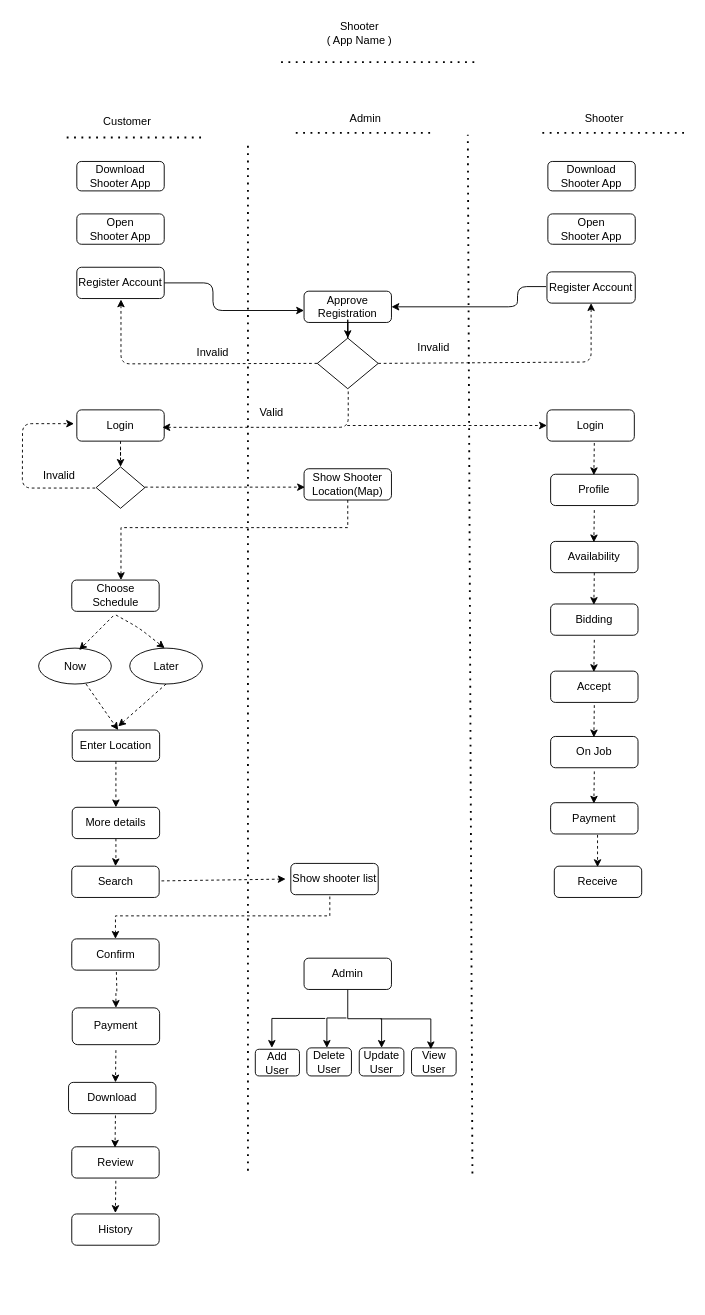
Above: Shooter.drawio in showkat2203/ShopOffer (draw.io), before the change. Source tidied: cells renumbered, new cells numbered last; positions are measured from the earlier drawing's top-left corner, leaving out a move shared by most shapes. Both pictures are drawn from the tidied source at 92%, with x=0, y=0 at pixel (22, 16).
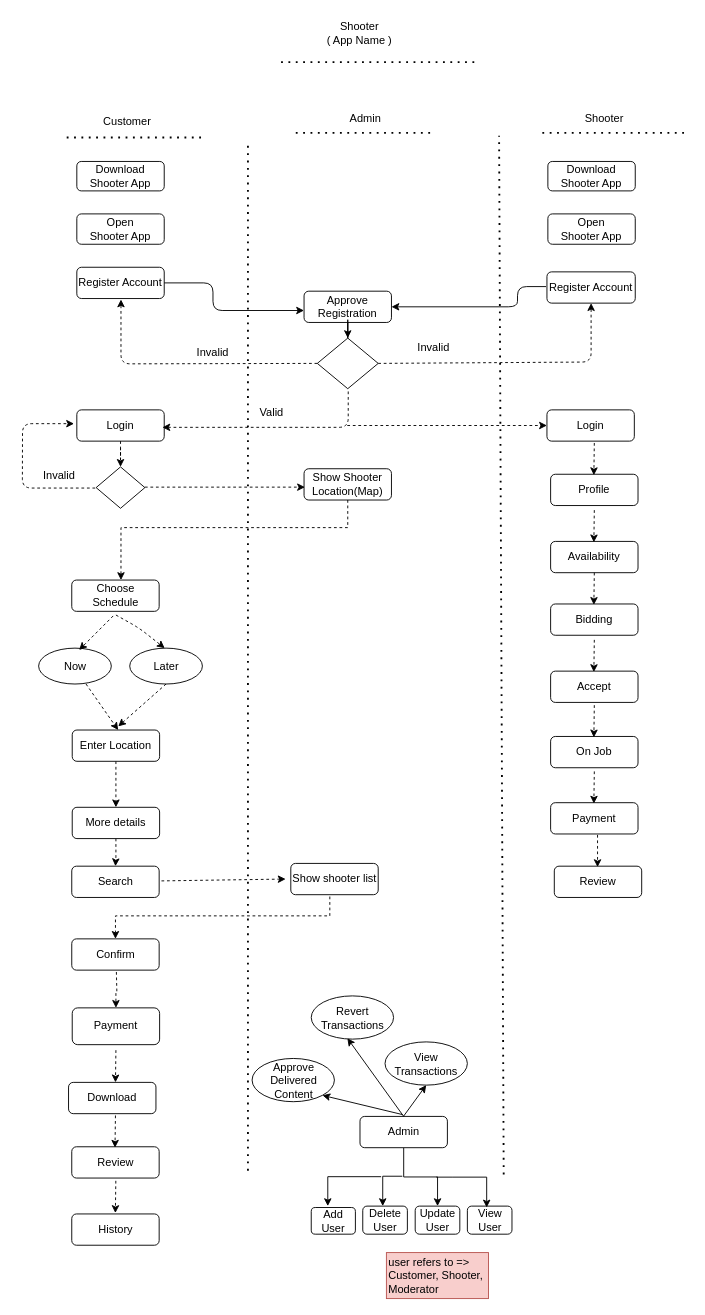
After the change.

What changed in the source:
```diff
@@
     <mxCell id="3" style="endArrow=none;dashed=1;html=1;dashPattern=1 3;strokeWidth=2;align=center;" parent="1" edge="1">
       <mxGeometry relative="1" as="geometry">
-        <mxPoint x="489" y="1258" as="sourcePoint" />
-        <mxPoint x="484" y="129" as="targetPoint" />
+        <mxPoint x="523" y="1259" as="sourcePoint" />
+        <mxPoint x="518" y="130" as="targetPoint" />
       </mxGeometry>
     </mxCell>
@@
-    <mxCell id="75" value="Receive" style="rounded=1;whiteSpace=wrap;html=1;labelBackgroundColor=none;align=center;" parent="1" vertex="1">
+    <mxCell id="75" value="Review" style="rounded=1;whiteSpace=wrap;html=1;labelBackgroundColor=none;align=center;" parent="1" vertex="1">
       <mxGeometry x="578" y="924" width="95" height="34" as="geometry" />
     </mxCell>
@@
     <mxCell id="78" value="Admin" style="rounded=1;whiteSpace=wrap;html=1;labelBackgroundColor=none;align=center;" parent="1" vertex="1">
-      <mxGeometry x="306" y="1024" width="95" height="34" as="geometry" />
+      <mxGeometry x="366.8" y="1196" width="95" height="34" as="geometry" />
     </mxCell>
     <mxCell id="79" value="Add&lt;br&gt;User" style="rounded=1;whiteSpace=wrap;html=1;labelBackgroundColor=none;align=center;" parent="1" vertex="1">
-      <mxGeometry x="253" y="1123" width="48" height="29" as="geometry" />
+      <mxGeometry x="313.8" y="1295" width="48" height="29" as="geometry" />
     </mxCell>
     <mxCell id="80" value="Delete User" style="rounded=1;whiteSpace=wrap;html=1;labelBackgroundColor=none;align=center;" parent="1" vertex="1">
-      <mxGeometry x="309" y="1121.5" width="48.5" height="30.5" as="geometry" />
+      <mxGeometry x="369.8" y="1293.5" width="48.5" height="30.5" as="geometry" />
     </mxCell>
     <mxCell id="81" value="Update User" style="rounded=1;whiteSpace=wrap;html=1;labelBackgroundColor=none;align=center;" parent="1" vertex="1">
-      <mxGeometry x="366" y="1121.5" width="48.5" height="30.5" as="geometry" />
+      <mxGeometry x="426.8" y="1293.5" width="48.5" height="30.5" as="geometry" />
     </mxCell>
     <mxCell id="82" value="View User" style="rounded=1;whiteSpace=wrap;html=1;labelBackgroundColor=none;align=center;" parent="1" vertex="1">
-      <mxGeometry x="422.8" y="1121.5" width="48.5" height="30.5" as="geometry" />
+      <mxGeometry x="483.5" y="1293.5" width="48.5" height="30.5" as="geometry" />
     </mxCell>
     <mxCell id="83" style="edgeStyle=orthogonalEdgeStyle;rounded=0;orthogonalLoop=1;jettySize=auto;html=1;" parent="1" edge="1">
       <mxGeometry relative="1" as="geometry">
-        <mxPoint x="389" y="1090" as="sourcePoint" />
-        <mxPoint x="443.8" y="1123" as="targetPoint" />
+        <mxPoint x="449.8" y="1262" as="sourcePoint" />
+        <mxPoint x="504.5" y="1295" as="targetPoint" />
         <Array as="points">
-          <mxPoint x="407" y="1090" />
-          <mxPoint x="444" y="1090" />
+          <mxPoint x="467.8" y="1262" />
+          <mxPoint x="504.8" y="1262" />
         </Array>
       </mxGeometry>
     </mxCell>
     <mxCell id="84" style="edgeStyle=orthogonalEdgeStyle;rounded=0;orthogonalLoop=1;jettySize=auto;html=1;" parent="1" edge="1">
       <mxGeometry relative="1" as="geometry">
-        <mxPoint x="352" y="1089" as="sourcePoint" />
-        <mxPoint x="330.8" y="1121.5" as="targetPoint" />
+        <mxPoint x="412.8" y="1261" as="sourcePoint" />
+        <mxPoint x="391.5" y="1293.5" as="targetPoint" />
         <Array as="points">
-          <mxPoint x="331" y="1089" />
+          <mxPoint x="391.8" y="1261" />
         </Array>
       </mxGeometry>
     </mxCell>
     <mxCell id="85" style="edgeStyle=orthogonalEdgeStyle;rounded=0;orthogonalLoop=1;jettySize=auto;html=1;" parent="1" edge="1">
       <mxGeometry relative="1" as="geometry">
-        <mxPoint x="329" y="1089.5" as="sourcePoint" />
-        <mxPoint x="271" y="1121.5" as="targetPoint" />
+        <mxPoint x="389.8" y="1261.5" as="sourcePoint" />
+        <mxPoint x="331.8" y="1293.5" as="targetPoint" />
         <Array as="points">
-          <mxPoint x="271" y="1089.5" />
+          <mxPoint x="331.8" y="1261.5" />
         </Array>
       </mxGeometry>
     </mxCell>
+    <mxCell id="86" value="Approve Delivered Content" style="ellipse;whiteSpace=wrap;html=1;" parent="1" vertex="1">
+      <mxGeometry x="249.5" y="1133" width="89.5" height="47" as="geometry" />
+    </mxCell>
+    <mxCell id="87" value="View Transactions" style="ellipse;whiteSpace=wrap;html=1;" parent="1" vertex="1">
+      <mxGeometry x="394" y="1115" width="89.5" height="47" as="geometry" />
+    </mxCell>
+    <mxCell id="88" style="endArrow=classic;html=1;entryX=1;entryY=1;entryDx=0;entryDy=0;" parent="1" edge="1" target="86">
+      <mxGeometry relative="1" as="geometry">
+        <mxPoint x="413" y="1194" as="sourcePoint" />
+      </mxGeometry>
+    </mxCell>
+    <mxCell id="89" style="endArrow=classic;html=1;entryX=0.5;entryY=1;entryDx=0;entryDy=0;" parent="1" edge="1" target="87">
+      <mxGeometry relative="1" as="geometry">
+        <mxPoint x="414" y="1196" as="sourcePoint" />
+      </mxGeometry>
+    </mxCell>
+    <mxCell id="90" value="Revert&lt;br&gt;Transactions" style="ellipse;whiteSpace=wrap;html=1;" parent="1" vertex="1">
+      <mxGeometry x="313.8" y="1065" width="89.5" height="47" as="geometry" />
+    </mxCell>
+    <mxCell id="91" style="endArrow=classic;html=1;entryX=0.439;entryY=0.979;entryDx=0;entryDy=0;entryPerimeter=0;exitX=0.5;exitY=0;exitDx=0;exitDy=0;" parent="1" edge="1" source="78" target="90">
+      <mxGeometry relative="1" as="geometry" />
+    </mxCell>
+    <mxCell id="92" value="user refers to =&amp;gt; Customer, Shooter, Moderator" style="rounded=0;whiteSpace=wrap;html=1;fillColor=#f8cecc;align=left;strokeColor=#b85450;" parent="1" vertex="1">
+      <mxGeometry x="395.5" y="1344" width="111" height="50" as="geometry" />
+    </mxCell>
```
